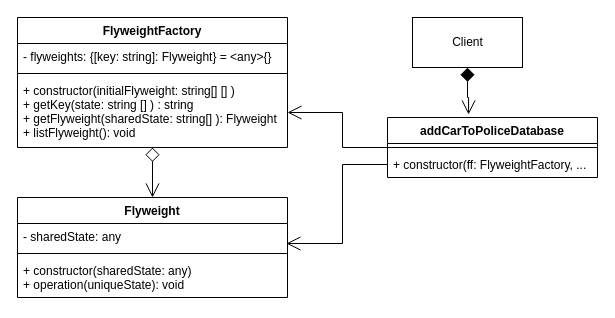
Earlier version of the draw.io diagram Structural/Flyweight/flyweight.drawio (Kazantip94/Patern). Source tidied: cells renumbered, new cells numbered last; positions are measured from the earlier drawing's top-left corner, leaving out a move shared by most shapes. Both pictures are drawn from the tidied source at 100%, with x=0, y=0 at pixel (17, 17).
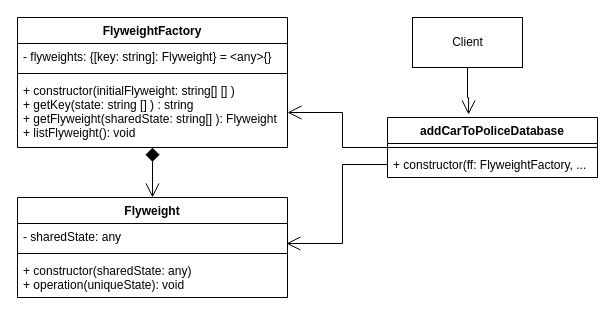
The same page after the edit.

Diff of the diagram source:
```diff
@@
 <mxGraphModel>
   <root>
     <mxCell id="0" />
     <mxCell id="1" parent="0" />
-    <mxCell id="2" style="edgeStyle=orthogonalEdgeStyle;rounded=0;jettySize=auto;html=1;entryX=0.386;entryY=-0.05;entryDx=0;entryDy=0;entryPerimeter=0;startArrow=diamond;startFill=1;endArrow=open;endFill=0;startSize=12;endSize=12;" parent="1" edge="1" source="3" target="5">
+    <mxCell id="2" style="edgeStyle=orthogonalEdgeStyle;rounded=0;jettySize=auto;html=1;entryX=0.386;entryY=-0.05;entryDx=0;entryDy=0;entryPerimeter=0;startArrow=none;startFill=0;endArrow=open;endFill=0;startSize=12;endSize=12;" parent="1" edge="1" source="3" target="5">
       <mxGeometry relative="1" as="geometry">
         <Array as="points">
           <mxPoint x="450" y="80" />
           <mxPoint x="451" y="80" />
         </Array>
       </mxGeometry>
     </mxCell>
     <mxCell id="3" value="Client" style="html=1;" parent="1" vertex="1">
       <mxGeometry x="395" width="110" height="50" as="geometry" />
     </mxCell>
     <mxCell id="4" style="edgeStyle=orthogonalEdgeStyle;rounded=0;jettySize=auto;html=1;startArrow=none;startFill=0;endArrow=open;endFill=0;startSize=12;endSize=12;" parent="1" edge="1" source="5" target="12">
       <mxGeometry relative="1" as="geometry" />
     </mxCell>
     <mxCell id="5" value="addCarToPoliceDatabase" style="swimlane;fontStyle=1;align=center;verticalAlign=top;horizontal=1;startSize=26;" parent="1" vertex="1">
       <mxGeometry x="370" y="100" width="210" height="60" as="geometry" />
     </mxCell>
     <mxCell id="6" style="line;strokeWidth=1;fillColor=none;align=left;verticalAlign=middle;spacingTop=-1;spacingLeft=3;spacingRight=3;labelPosition=right;" parent="5" vertex="1">
       <mxGeometry y="26" width="210" height="8" as="geometry" />
     </mxCell>
     <mxCell id="7" value="+ constructor(ff: FlyweightFactory, ..." style="text;strokeColor=none;fillColor=none;align=left;verticalAlign=top;spacingLeft=4;spacingRight=4;overflow=hidden;points=[[0,0.5],[1,0.5]];portConstraint=eastwest;" parent="5" vertex="1">
       <mxGeometry y="34" width="210" height="26" as="geometry" />
     </mxCell>
-    <mxCell id="8" style="edgeStyle=orthogonalEdgeStyle;rounded=0;jettySize=auto;html=1;entryX=0.5;entryY=0;entryDx=0;entryDy=0;startArrow=diamond;startFill=0;endArrow=open;endFill=0;endSize=12;startSize=12;" parent="1" edge="1" source="9" target="13">
+    <mxCell id="8" style="edgeStyle=orthogonalEdgeStyle;rounded=0;jettySize=auto;html=1;entryX=0.5;entryY=0;entryDx=0;entryDy=0;startArrow=diamond;startFill=1;endArrow=open;endFill=0;endSize=12;startSize=12;" parent="1" edge="1" source="9" target="13">
       <mxGeometry relative="1" as="geometry" />
     </mxCell>
     <mxCell id="9" value="FlyweightFactory" style="swimlane;fontStyle=1;align=center;verticalAlign=top;horizontal=1;startSize=26;" parent="1" vertex="1">
       <mxGeometry width="270" height="130" as="geometry" />
     </mxCell>
     <mxCell id="10" value="- flyweights: {[key: string]: Flyweight} = &lt;any&gt;{}" style="text;strokeColor=none;fillColor=none;align=left;verticalAlign=top;spacingLeft=4;spacingRight=4;overflow=hidden;" parent="9" vertex="1">
       <mxGeometry y="26" width="270" height="26" as="geometry" />
     </mxCell>
     <mxCell id="11" style="line;strokeWidth=1;fillColor=none;align=left;verticalAlign=middle;spacingTop=-1;spacingLeft=3;spacingRight=3;labelPosition=right;" parent="9" vertex="1">
       <mxGeometry y="52" width="270" height="8" as="geometry" />
     </mxCell>
     <mxCell id="12" value="+ constructor(initialFlyweight: string[] [] )&#10;+ getKey(state: string [] ) : string&#10;+ getFlyweight(sharedState: string[] ): Flyweight&#10;+ listFlyweight(): void" style="text;strokeColor=none;fillColor=none;align=left;verticalAlign=top;spacingLeft=4;spacingRight=4;overflow=hidden;points=[[0,0.5],[1,0.5]];portConstraint=eastwest;" parent="9" vertex="1">
       <mxGeometry y="60" width="270" height="70" as="geometry" />
     </mxCell>
     <mxCell id="13" value="Flyweight" style="swimlane;fontStyle=1;align=center;verticalAlign=top;horizontal=1;startSize=26;" parent="1" vertex="1">
       <mxGeometry y="180" width="270" height="100" as="geometry" />
     </mxCell>
     <mxCell id="14" value="- sharedState: any" style="text;strokeColor=none;fillColor=none;align=left;verticalAlign=top;spacingLeft=4;spacingRight=4;overflow=hidden;points=[[0,0.5],[1,0.5]];portConstraint=eastwest;" parent="13" vertex="1">
       <mxGeometry y="26" width="270" height="26" as="geometry" />
     </mxCell>
     <mxCell id="15" style="line;strokeWidth=1;fillColor=none;align=left;verticalAlign=middle;spacingTop=-1;spacingLeft=3;spacingRight=3;labelPosition=right;" parent="13" vertex="1">
       <mxGeometry y="52" width="270" height="8" as="geometry" />
     </mxCell>
     <mxCell id="16" value="+ constructor(sharedState: any)&#10;+ operation(uniqueState): void" style="text;strokeColor=none;fillColor=none;align=left;verticalAlign=top;spacingLeft=4;spacingRight=4;overflow=hidden;" parent="13" vertex="1">
       <mxGeometry y="60" width="270" height="40" as="geometry" />
     </mxCell>
     <mxCell id="17" style="edgeStyle=orthogonalEdgeStyle;rounded=0;jettySize=auto;html=1;entryX=0.996;entryY=0.769;entryDx=0;entryDy=0;entryPerimeter=0;startArrow=none;startFill=0;endArrow=open;endFill=0;startSize=12;endSize=12;" parent="1" edge="1" source="7" target="14">
       <mxGeometry relative="1" as="geometry" />
     </mxCell>
   </root>
 </mxGraphModel>
```
